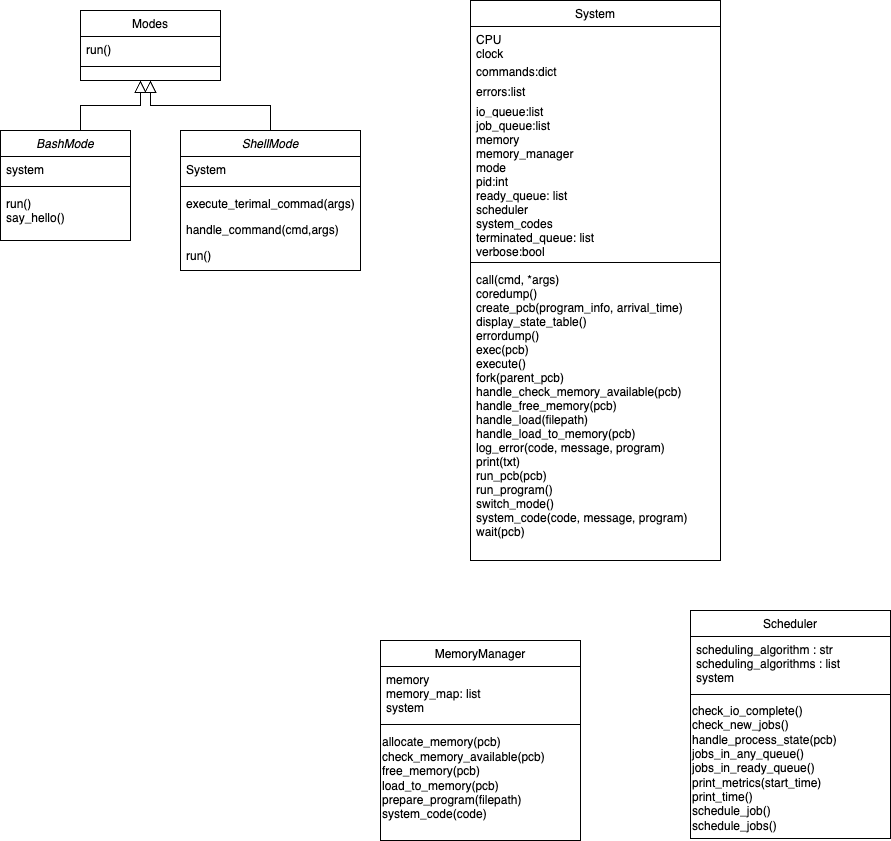
This is directions/M3_class_diagram.drawio.png from Luly7/new-repo, a draw.io export, as it was before one commit. Source tidied: cells renumbered, new cells last; positions are measured from the earlier drawing's top-left corner, leaving out a move shared by most shapes.
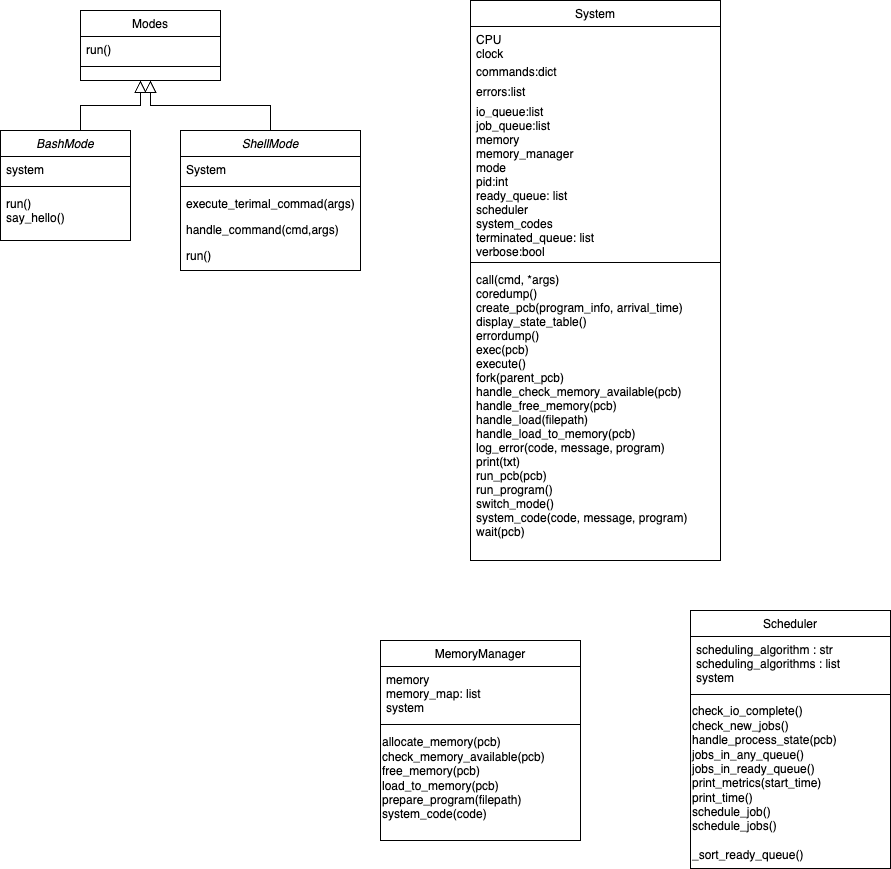
Later version of the same file.

Diff of the diagram source:
```diff
@@ -90,7 +90,7 @@
       </mxGeometry>
     </mxCell>
     <mxCell id="30" value="Scheduler" style="swimlane;fontStyle=0;align=center;verticalAlign=top;horizontal=1;startSize=26;rounded=0;shadow=0;strokeWidth=1;" parent="1" vertex="1">
-      <mxGeometry x="690" y="610" width="200" height="228" as="geometry" />
+      <mxGeometry x="690" y="610" width="200" height="258" as="geometry" />
     </mxCell>
     <mxCell id="31" value="scheduling_algorithm : str&#10;scheduling_algorithms : list&#10;system" style="text;align=left;verticalAlign=top;spacingLeft=4;spacingRight=4;overflow=hidden;" parent="30" vertex="1">
       <mxGeometry y="26" width="200" height="54" as="geometry" />
@@ -98,8 +98,8 @@
     <mxCell id="32" style="line;html=1;strokeWidth=1;align=left;verticalAlign=middle;spacingTop=-1;spacingLeft=3;spacingRight=3;labelPosition=right;" parent="30" vertex="1">
       <mxGeometry y="80" width="200" height="8" as="geometry" />
     </mxCell>
-    <mxCell id="33" value="check_io_complete()&lt;div&gt;check_new_jobs()&lt;/div&gt;&lt;div&gt;handle_process_state(pcb)&lt;/div&gt;&lt;div&gt;jobs_in_any_queue()&lt;/div&gt;&lt;div&gt;jobs_in_ready_queue()&lt;/div&gt;&lt;div&gt;print_metrics(start_time)&lt;/div&gt;&lt;div&gt;print_time()&lt;/div&gt;&lt;div&gt;schedule_job()&lt;/div&gt;&lt;div&gt;schedule_jobs()&lt;/div&gt;" style="text;html=1;align=left;verticalAlign=middle;strokeColor=none;fillColor=none;" parent="30" vertex="1">
-      <mxGeometry y="88" width="200" height="140" as="geometry" />
+    <mxCell id="33" value="check_io_complete()&lt;div&gt;check_new_jobs()&lt;/div&gt;&lt;div&gt;handle_process_state(pcb)&lt;/div&gt;&lt;div&gt;jobs_in_any_queue()&lt;/div&gt;&lt;div&gt;jobs_in_ready_queue()&lt;/div&gt;&lt;div&gt;print_metrics(start_time)&lt;/div&gt;&lt;div&gt;print_time()&lt;/div&gt;&lt;div&gt;schedule_job()&lt;/div&gt;&lt;div&gt;schedule_jobs()&lt;/div&gt;&lt;div&gt;&lt;br&gt;&lt;/div&gt;&lt;div&gt;_sort_ready_queue()&lt;/div&gt;" style="text;html=1;align=left;verticalAlign=middle;strokeColor=none;fillColor=none;" parent="30" vertex="1">
+      <mxGeometry y="88" width="200" height="170" as="geometry" />
     </mxCell>
   </root>
 </mxGraphModel>
```
